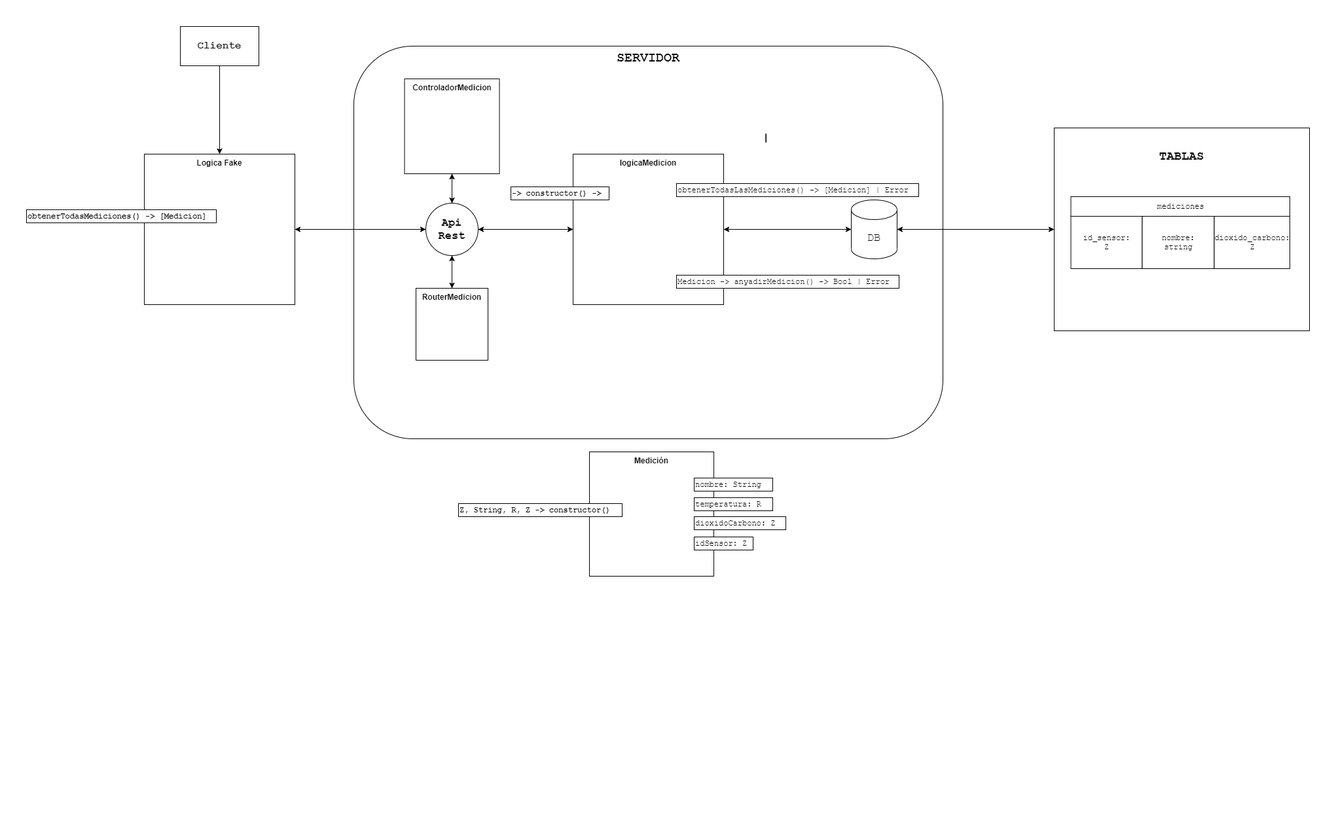
Earlier version of the draw.io export doc/DiseñoClases .drawio.png (ycansam/Web-Control-Sensores). Source tidied: cells renumbered, new cells last; positions are measured from the earlier drawing's top-left corner, leaving out a move shared by most shapes.
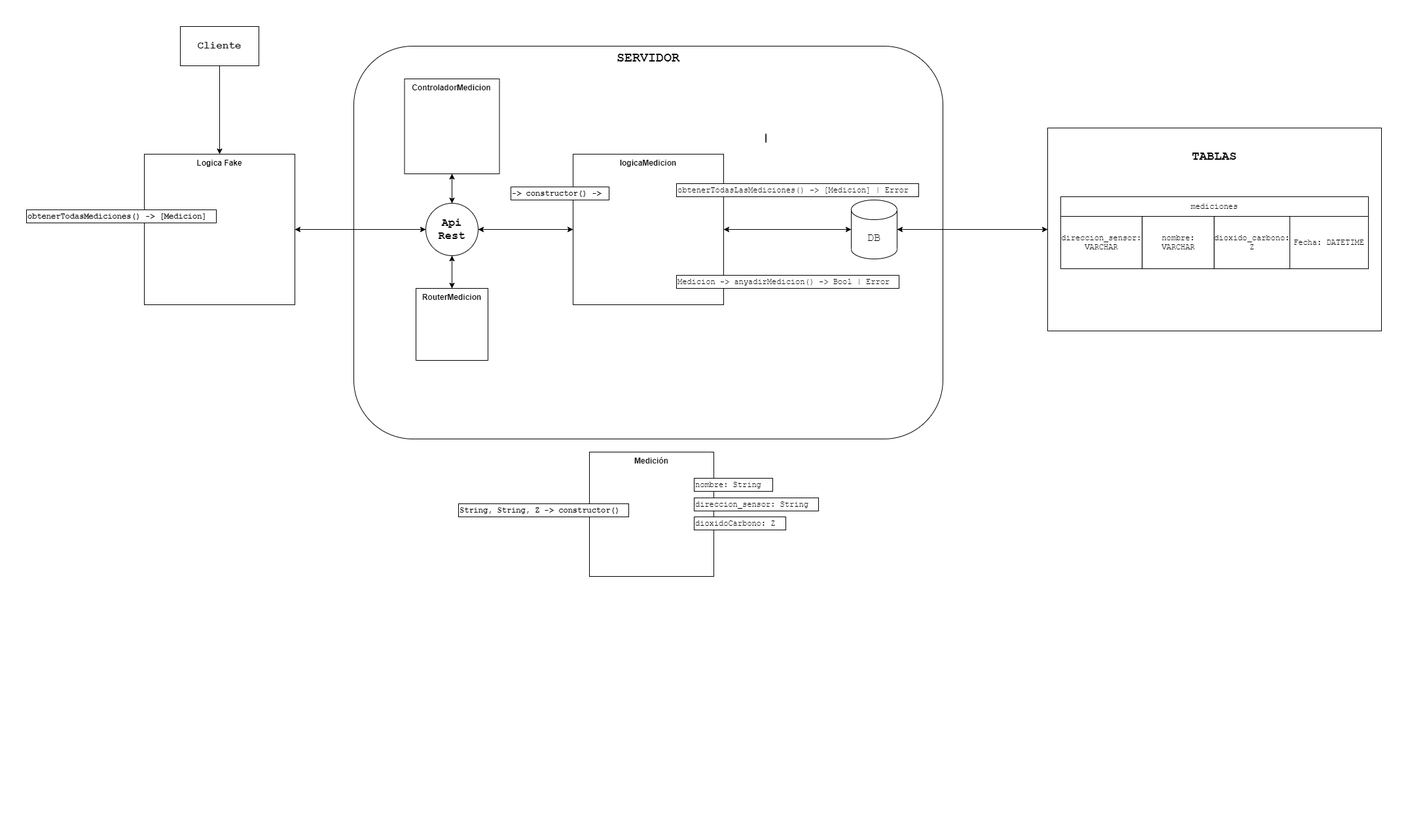
Later version of the same file.

What changed in the source:
```diff
@@ -3,7 +3,7 @@
     <mxCell id="0" />
     <mxCell id="1" parent="0" />
     <mxCell id="2" value="&lt;font style=&quot;font-size: 19px&quot;&gt;&lt;b&gt;TABLAS&lt;br&gt;&lt;/b&gt;&lt;/font&gt;&lt;br&gt;&lt;br&gt;&lt;br&gt;&lt;br&gt;&lt;br&gt;&lt;br&gt;&lt;br&gt;&lt;br&gt;&lt;br&gt;&lt;br&gt;&lt;br&gt;&lt;br&gt;&lt;br&gt;&lt;br&gt;&lt;br&gt;&lt;br&gt;" style="rounded=0;whiteSpace=wrap;html=1;fontFamily=Courier New;" parent="1" vertex="1">
-      <mxGeometry x="1570" y="155" width="390" height="310" as="geometry" />
+      <mxGeometry x="1560" y="155" width="510" height="310" as="geometry" />
     </mxCell>
     <mxCell id="3" value="SERVIDOR" style="rounded=1;whiteSpace=wrap;html=1;fontFamily=Courier New;fontSize=20;align=center;verticalAlign=top;fontStyle=1;" parent="1" vertex="1">
       <mxGeometry x="500" y="30" width="900" height="600" as="geometry" />
@@ -41,11 +41,11 @@
     <mxCell id="14" style="edgeStyle=orthogonalEdgeStyle;rounded=0;jettySize=auto;html=1;entryX=0;entryY=0.5;entryDx=0;entryDy=0;entryPerimeter=0;fontFamily=Courier New;fontSize=17;" parent="1" edge="1" source="16" target="19">
       <mxGeometry relative="1" as="geometry" />
     </mxCell>
-    <mxCell id="15" style="edgeStyle=orthogonalEdgeStyle;rounded=0;jettySize=auto;html=1;fontFamily=Courier New;fontSize=17;" parent="1" edge="1" source="16">
-      <mxGeometry relative="1" as="geometry">
-        <mxPoint x="690" y="310" as="targetPoint" />
-      </mxGeometry>
-    </mxCell>
+    <mxCell id="40" style="edgeStyle=orthogonalEdgeStyle;rounded=0;jettySize=auto;html=1;fontFamily=Courier New;fontSize=17;" parent="1" edge="1" source="16">
+      <mxGeometry relative="1" as="geometry">
+        <mxPoint x="690" y="310" as="targetPoint" />
+      </mxGeometry>
+    </mxCell>
     <mxCell id="16" value="logicaMedicion" style="whiteSpace=wrap;html=1;verticalAlign=top;fontStyle=1;" parent="1" vertex="1">
       <mxGeometry x="835" y="195" width="230" height="230" as="geometry" />
     </mxCell>
@@ -64,24 +64,24 @@
     <mxCell id="21" value="Medición&lt;br&gt;" style="whiteSpace=wrap;html=1;verticalAlign=top;fontStyle=1;" parent="1" vertex="1">
       <mxGeometry x="860" y="650" width="190" height="190" as="geometry" />
     </mxCell>
-    <mxCell id="22" value="Z, String, R, Z -&amp;gt; constructor()" style="rounded=0;whiteSpace=wrap;html=1;fontFamily=Courier New;align=left;verticalAlign=middle;fontStyle=1;" parent="1" vertex="1">
-      <mxGeometry x="660" y="729" width="250" height="20" as="geometry" />
-    </mxCell>
-    <mxCell id="23" style="edgeStyle=orthogonalEdgeStyle;rounded=0;orthogonalLoop=1;jettySize=auto;html=1;exitX=0.5;exitY=1;exitDx=0;exitDy=0;fontFamily=Courier New;" parent="1" edge="1">
-      <mxGeometry relative="1" as="geometry">
-        <mxPoint x="383.8" y="1190" as="sourcePoint" />
-        <mxPoint x="383.8" y="1190" as="targetPoint" />
-      </mxGeometry>
-    </mxCell>
+    <mxCell id="41" value="String, String, Z -&amp;gt; constructor()" style="rounded=0;whiteSpace=wrap;html=1;fontFamily=Courier New;align=left;verticalAlign=middle;fontStyle=1;" parent="1" vertex="1">
+      <mxGeometry x="660" y="729" width="260" height="20" as="geometry" />
+    </mxCell>
+    <mxCell id="42" style="edgeStyle=orthogonalEdgeStyle;rounded=0;orthogonalLoop=1;jettySize=auto;html=1;exitX=0.5;exitY=1;exitDx=0;exitDy=0;fontFamily=Courier New;" parent="1" edge="1">
+      <mxGeometry relative="1" as="geometry">
+        <mxPoint x="383.8" y="1190" as="sourcePoint" />
+        <mxPoint x="383.8" y="1190" as="targetPoint" />
+      </mxGeometry>
+    </mxCell>
     <mxCell id="24" value="mediciones" style="rounded=0;whiteSpace=wrap;html=1;fontFamily=Courier New;" parent="1" vertex="1">
-      <mxGeometry x="1595.5" y="260" width="334.5" height="30" as="geometry" />
+      <mxGeometry x="1580" y="260" width="470" height="30" as="geometry" />
     </mxCell>
-    <mxCell id="25" value="id_sensor:&lt;br&gt;Z" style="rounded=0;whiteSpace=wrap;html=1;fontFamily=Courier New;" parent="1" vertex="1">
-      <mxGeometry x="1595.5" y="290" width="109" height="80" as="geometry" />
-    </mxCell>
-    <mxCell id="26" value="nombre:&lt;br&gt;string" style="rounded=0;whiteSpace=wrap;html=1;fontFamily=Courier New;" parent="1" vertex="1">
-      <mxGeometry x="1704.5" y="290" width="110" height="80" as="geometry" />
-    </mxCell>
+    <mxCell id="43" value="direccion_sensor:&lt;br&gt;VARCHAR" style="rounded=0;whiteSpace=wrap;html=1;fontFamily=Courier New;" parent="1" vertex="1">
+      <mxGeometry x="1580" y="290" width="124.5" height="80" as="geometry" />
+    </mxCell>
+    <mxCell id="44" value="nombre:&lt;br&gt;VARCHAR" style="rounded=0;whiteSpace=wrap;html=1;fontFamily=Courier New;" parent="1" vertex="1">
+      <mxGeometry x="1704.5" y="290" width="110" height="80" as="geometry" />
+    </mxCell>
     <mxCell id="27" value="dioxido_carbono:&lt;br&gt;Z" style="rounded=0;whiteSpace=wrap;html=1;fontFamily=Courier New;" parent="1" vertex="1">
       <mxGeometry x="1814.5" y="290" width="115.5" height="80" as="geometry" />
     </mxCell>
@@ -91,15 +91,12 @@
     <mxCell id="29" value="&lt;span style=&quot;font-weight: 400 ; text-align: center&quot;&gt;nombre: String&lt;/span&gt;" style="rounded=0;whiteSpace=wrap;html=1;fontFamily=Courier New;align=left;verticalAlign=middle;fontStyle=1;" parent="1" vertex="1">
       <mxGeometry x="1020" y="690" width="120" height="20" as="geometry" />
     </mxCell>
-    <mxCell id="30" value="&lt;span style=&quot;font-weight: 400 ; text-align: center&quot;&gt;temperatura: R&lt;/span&gt;" style="rounded=0;whiteSpace=wrap;html=1;fontFamily=Courier New;align=left;verticalAlign=middle;fontStyle=1;" parent="1" vertex="1">
-      <mxGeometry x="1020" y="720" width="120" height="20" as="geometry" />
-    </mxCell>
     <mxCell id="31" value="&lt;span style=&quot;font-weight: 400 ; text-align: center&quot;&gt;dioxidoCarbono: Z&lt;/span&gt;" style="rounded=0;whiteSpace=wrap;html=1;fontFamily=Courier New;align=left;verticalAlign=middle;fontStyle=1;" parent="1" vertex="1">
       <mxGeometry x="1020" y="749" width="140" height="20" as="geometry" />
     </mxCell>
-    <mxCell id="32" value="&lt;span style=&quot;font-weight: 400 ; text-align: center&quot;&gt;idSensor: Z&lt;/span&gt;" style="rounded=0;whiteSpace=wrap;html=1;fontFamily=Courier New;align=left;verticalAlign=middle;fontStyle=1;" parent="1" vertex="1">
-      <mxGeometry x="1020" y="780" width="90" height="20" as="geometry" />
-    </mxCell>
+    <mxCell id="45" value="&lt;span style=&quot;font-weight: 400 ; text-align: center&quot;&gt;direccion_sensor: String&lt;/span&gt;" style="rounded=0;whiteSpace=wrap;html=1;fontFamily=Courier New;align=left;verticalAlign=middle;fontStyle=1;" parent="1" vertex="1">
+      <mxGeometry x="1020" y="720" width="190" height="20" as="geometry" />
+    </mxCell>
     <mxCell id="33" style="edgeStyle=orthogonalEdgeStyle;rounded=0;jettySize=auto;html=1;fontFamily=Courier New;fontSize=19;" parent="1" edge="1" source="34" target="13">
       <mxGeometry relative="1" as="geometry" />
     </mxCell>
@@ -121,5 +118,8 @@
     <mxCell id="39" value="ControladorMedicion" style="whiteSpace=wrap;html=1;verticalAlign=top;fontStyle=1;" parent="1" vertex="1">
       <mxGeometry x="577.5" y="80" width="145" height="145" as="geometry" />
     </mxCell>
+    <mxCell id="46" value="Fecha: DATETIME" style="rounded=0;whiteSpace=wrap;html=1;fontFamily=Courier New;" parent="1" vertex="1">
+      <mxGeometry x="1930" y="290" width="120" height="80" as="geometry" />
+    </mxCell>
   </root>
 </mxGraphModel>
```
